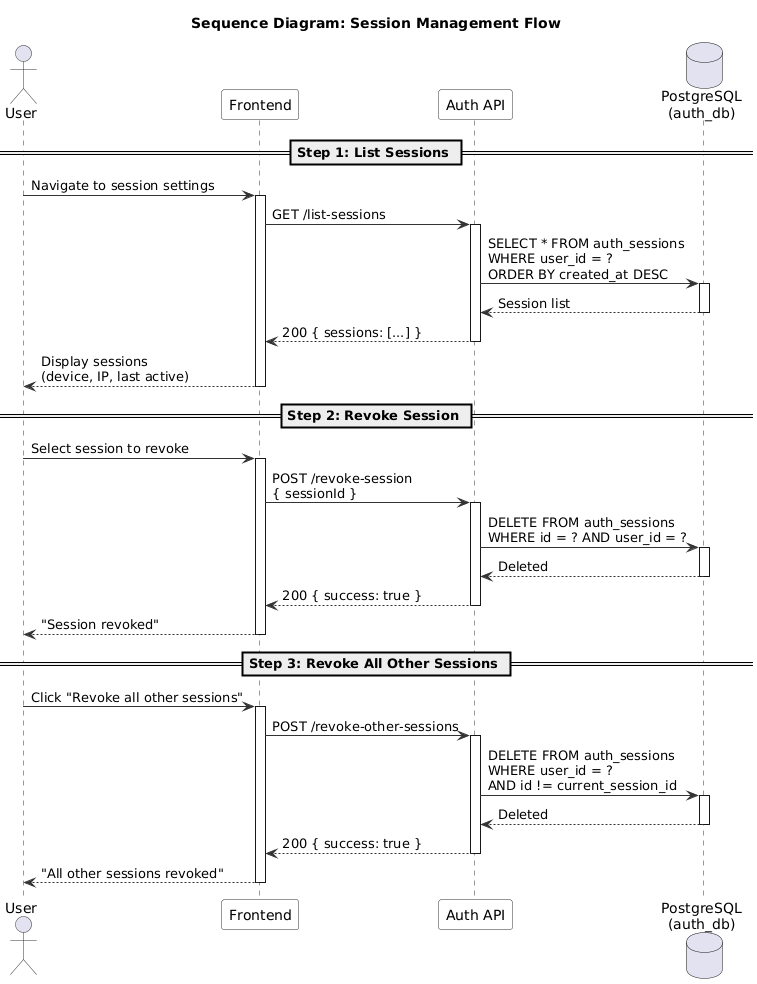
Before: modules/auth/images/sequence/session-management-sequence.png, a diagram exported from PlantUML (namnh240795/document).
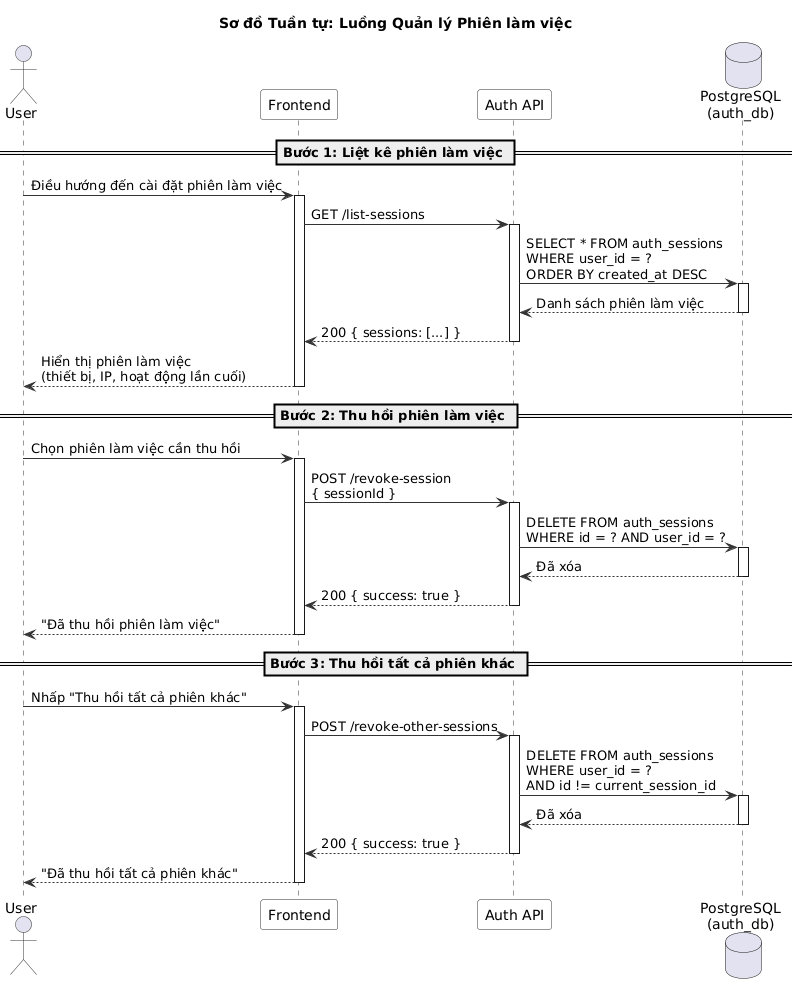
The same file after the commit.

Diff of the diagram source:
```diff
@@ -8,16 +8,16 @@
   ParticipantBorderColor #333333
 }
 
-title Sequence Diagram: Session Management Flow
+title Sơ đồ Tuần tự: Luồng Quản lý Phiên làm việc
 
 actor User
 participant "Frontend" as FE
 participant "Auth API" as API
 database "PostgreSQL\n(auth_db)" as DB
 
-== Step 1: List Sessions ==
+== Bước 1: Liệt kê phiên làm việc ==
 
-User -> FE : Navigate to session settings
+User -> FE : Điều hướng đến cài đặt phiên làm việc
 activate FE
 
 FE -> API : GET /list-sessions
@@ -25,18 +25,18 @@
 
 API -> DB : SELECT * FROM auth_sessions\nWHERE user_id = ?\nORDER BY created_at DESC
 activate DB
-DB --> API : Session list
+DB --> API : Danh sách phiên làm việc
 deactivate DB
 
 API --> FE : 200 { sessions: [...] }
 deactivate API
 
-FE --> User : Display sessions\n(device, IP, last active)
+FE --> User : Hiển thị phiên làm việc\n(thiết bị, IP, hoạt động lần cuối)
 deactivate FE
 
-== Step 2: Revoke Session ==
+== Bước 2: Thu hồi phiên làm việc ==
 
-User -> FE : Select session to revoke
+User -> FE : Chọn phiên làm việc cần thu hồi
 activate FE
 
 FE -> API : POST /revoke-session\n{ sessionId }
@@ -44,18 +44,18 @@
 
 API -> DB : DELETE FROM auth_sessions\nWHERE id = ? AND user_id = ?
 activate DB
-DB --> API : Deleted
+DB --> API : Đã xóa
 deactivate DB
 
 API --> FE : 200 { success: true }
 deactivate API
 
-FE --> User : "Session revoked"
+FE --> User : "Đã thu hồi phiên làm việc"
 deactivate FE
 
-== Step 3: Revoke All Other Sessions ==
+== Bước 3: Thu hồi tất cả phiên khác ==
 
-User -> FE : Click "Revoke all other sessions"
+User -> FE : Nhấp "Thu hồi tất cả phiên khác"
 activate FE
 
 FE -> API : POST /revoke-other-sessions
@@ -63,13 +63,13 @@
 
 API -> DB : DELETE FROM auth_sessions\nWHERE user_id = ?\nAND id != current_session_id
 activate DB
-DB --> API : Deleted
+DB --> API : Đã xóa
 deactivate DB
 
 API --> FE : 200 { success: true }
 deactivate API
 
-FE --> User : "All other sessions revoked"
+FE --> User : "Đã thu hồi tất cả phiên khác"
 deactivate FE
 
 @enduml
```
